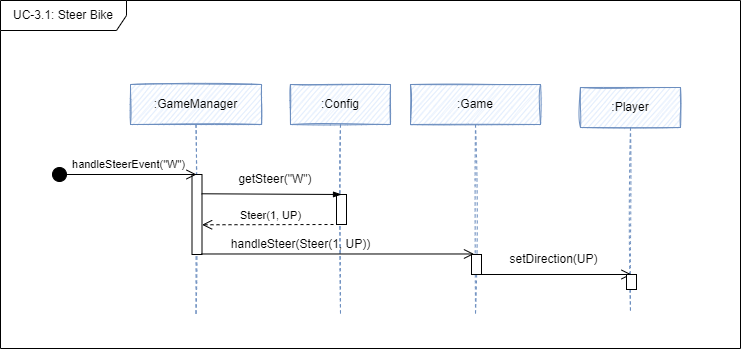
Before: Dokumentation/App/diagrams/sd_steerBike.png, a diagram exported from draw.io (sckoenig/Distributed-Tron). Source tidied: cells renumbered, new cells last; positions are measured from the earlier drawing's top-left corner, leaving out a move shared by most shapes.
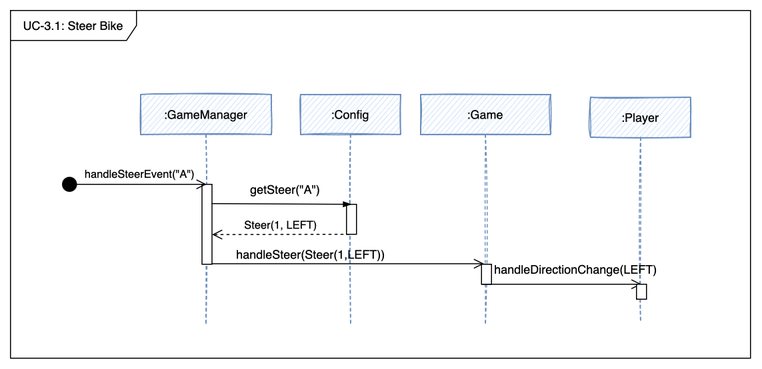
The same diagram one commit later.

Commit message:
added new steer methods

The edit, as a diff of the source:
```diff
@@ -32,13 +32,13 @@
     <mxCell id="10" style="html=1;perimeter=orthogonalPerimeter;" parent="1" vertex="1">
       <mxGeometry x="336" y="194" width="10" height="30" as="geometry" />
     </mxCell>
-    <mxCell id="11" value="handleSteer(Steer(1, UP))" style="text;html=1;strokeColor=none;fillColor=none;align=center;verticalAlign=middle;whiteSpace=wrap;rounded=0;" parent="1" vertex="1">
+    <mxCell id="11" value="handleSteer(Steer(1,LEFT))" style="text;html=1;strokeColor=none;fillColor=none;align=center;verticalAlign=middle;whiteSpace=wrap;rounded=0;" parent="1" vertex="1">
       <mxGeometry x="221" y="229" width="159" height="30" as="geometry" />
     </mxCell>
-    <mxCell id="12" value="getSteer(&quot;W&quot;)" style="text;html=1;strokeColor=none;fillColor=none;align=center;verticalAlign=middle;whiteSpace=wrap;rounded=0;" parent="1" vertex="1">
+    <mxCell id="12" value="getSteer(&quot;A&quot;)" style="text;html=1;strokeColor=none;fillColor=none;align=center;verticalAlign=middle;whiteSpace=wrap;rounded=0;" parent="1" vertex="1">
       <mxGeometry x="245" y="164" width="60" height="30" as="geometry" />
     </mxCell>
-    <mxCell id="13" value="Steer(1, UP)" style="html=1;verticalAlign=bottom;endArrow=open;dashed=1;endSize=8;rounded=0;entryX=1.111;entryY=0.616;entryDx=0;entryDy=0;entryPerimeter=0;" parent="1" edge="1">
+    <mxCell id="13" value="Steer(1, LEFT)" style="html=1;verticalAlign=bottom;endArrow=open;dashed=1;endSize=8;rounded=0;entryX=1.111;entryY=0.616;entryDx=0;entryDy=0;entryPerimeter=0;" parent="1" edge="1">
       <mxGeometry relative="1" as="geometry">
         <mxPoint x="339" y="224" as="sourcePoint" />
         <mxPoint x="201.6" y="224.3" as="targetPoint" />
@@ -47,14 +47,14 @@
     <mxCell id="14" style="html=1;points=[];perimeter=orthogonalPerimeter;" parent="1" vertex="1">
       <mxGeometry x="191.5" y="174" width="10" height="80" as="geometry" />
     </mxCell>
-    <mxCell id="15" value="handleSteerEvent(&quot;W&quot;)" style="html=1;verticalAlign=bottom;startArrow=circle;startFill=1;endArrow=open;startSize=6;endSize=8;rounded=0;" parent="1" edge="1">
+    <mxCell id="15" value="handleSteerEvent(&quot;A&quot;)" style="html=1;verticalAlign=bottom;startArrow=circle;startFill=1;endArrow=open;startSize=6;endSize=8;rounded=0;" parent="1" edge="1">
       <mxGeometry x="0.07" y="1" relative="1" as="geometry">
         <mxPoint x="51" y="174" as="sourcePoint" />
         <mxPoint x="196" y="174" as="targetPoint" />
       </mxGeometry>
     </mxCell>
-    <mxCell id="16" value="setDirection(UP)" style="text;html=1;strokeColor=none;fillColor=none;align=center;verticalAlign=middle;whiteSpace=wrap;rounded=0;" parent="1" vertex="1">
-      <mxGeometry x="523" y="244" width="61" height="30" as="geometry" />
+    <mxCell id="16" value="handleDirectionChange(LEFT)" style="text;html=1;strokeColor=none;fillColor=none;align=center;verticalAlign=middle;whiteSpace=wrap;rounded=0;" parent="1" vertex="1">
+      <mxGeometry x="535" y="244" width="61" height="30" as="geometry" />
     </mxCell>
     <mxCell id="17" style="endArrow=blockThin;html=1;rounded=0;endFill=1;exitX=0.965;exitY=0.241;exitDx=0;exitDy=0;exitPerimeter=0;" parent="1" edge="1" source="14">
       <mxGeometry relative="1" as="geometry">
```
